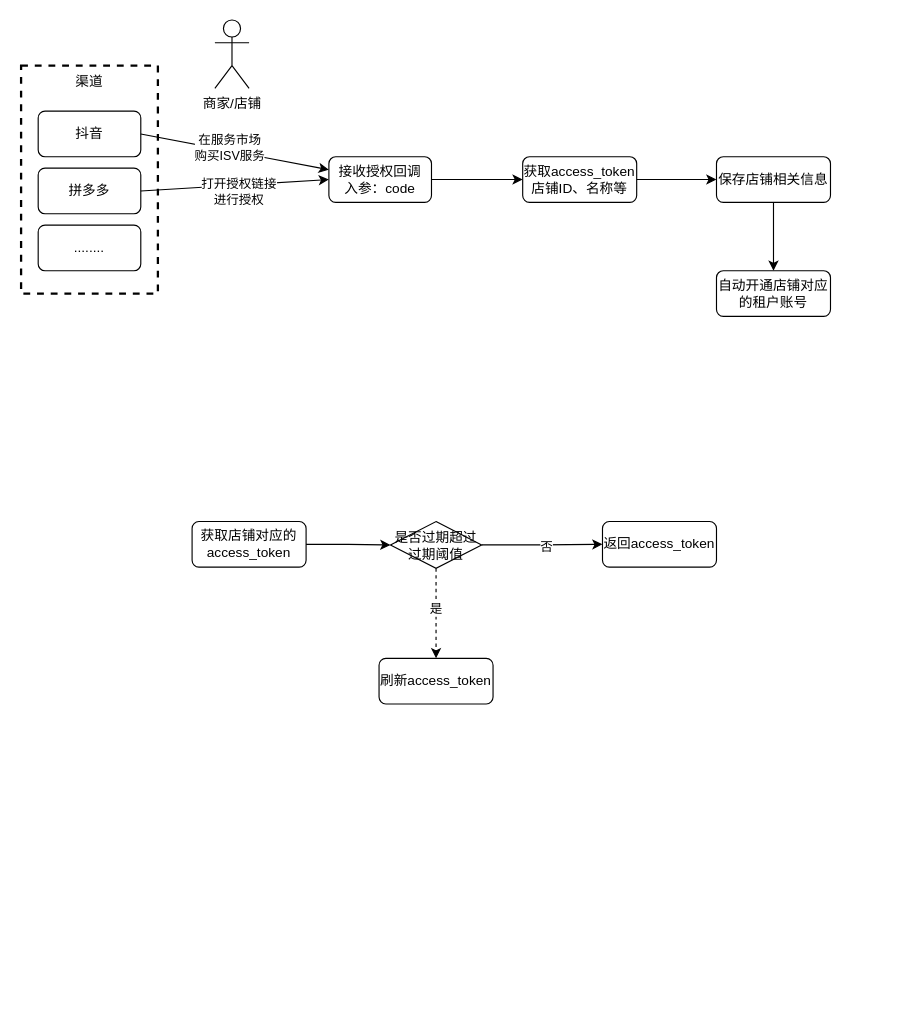
The draw.io diagram page "ISV授权流程" (4 of 4) of ISV 对接.drawio in shixw/drawio-depository, before the edit. Source tidied: cells renumbered, new cells numbered last; positions are measured from the earlier drawing's top-left corner, leaving out a move shared by most shapes. Both pictures are drawn from the tidied source at 114%, with x=0, y=0 at pixel (21, 19).
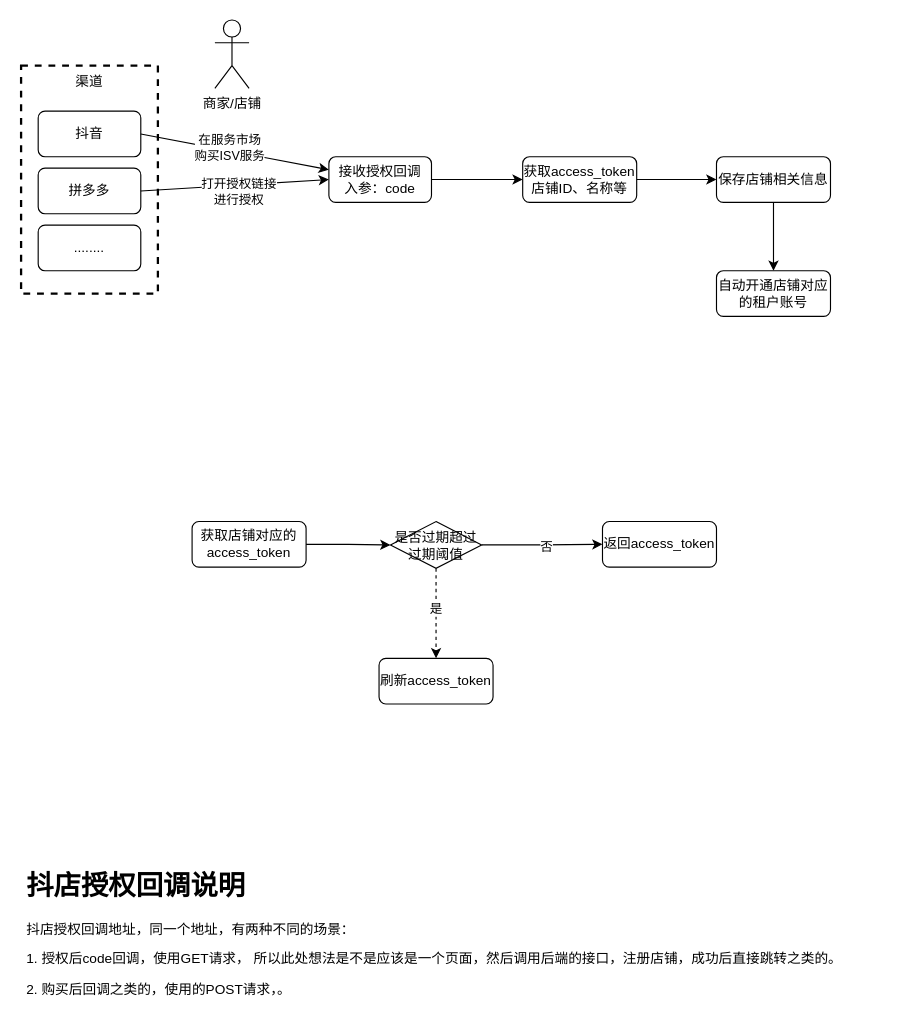
Above is the later version.

Change to the diagram source:
```diff
@@
+    <mxCell id="27" value="&lt;h1&gt;抖店授权回调说明&lt;/h1&gt;&lt;p&gt;抖店授权回调地址，同一个地址，有两种不同的场景：&lt;/p&gt;&lt;p&gt;1. 授权后code回调，使用GET请求， 所以此处想法是不是应该是一个页面，然后调用后端的接口，注册店铺，成功后直接跳转之类的。&lt;/p&gt;&lt;p&gt;2. 购买后回调之类的，使用的POST请求，。&lt;/p&gt;" style="text;html=1;strokeColor=none;fillColor=none;spacing=5;spacingTop=-20;whiteSpace=wrap;overflow=hidden;rounded=0;" parent="1" vertex="1">
+      <mxGeometry y="740" width="760" height="120" as="geometry" />
+    </mxCell>
```
